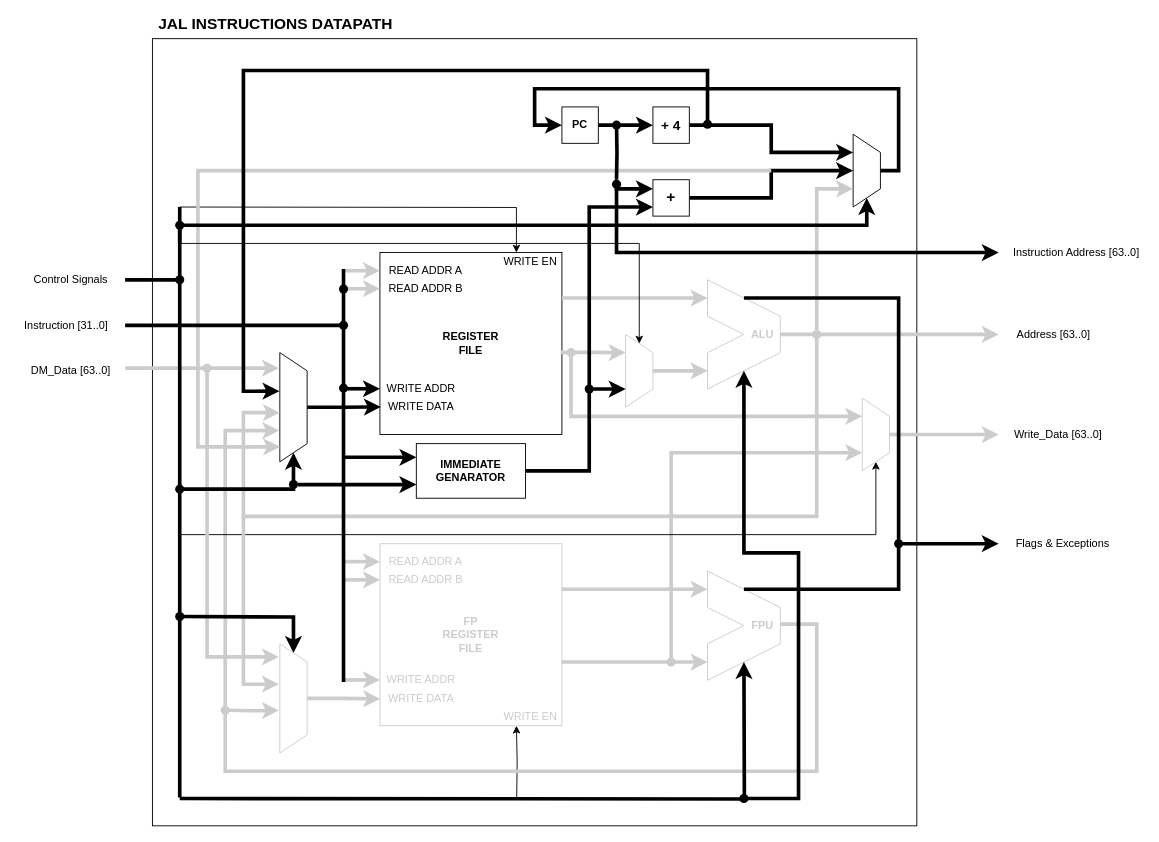
Before: page "JAL Inst Datapath" (8 of 14) of Diagrams/RV64IF.drawio in hohaicongthuan/Project-2, a draw.io diagram. Source tidied: cells renumbered, new cells numbered last; positions are measured from the earlier drawing's top-left corner, leaving out a move shared by most shapes. Both pictures are drawn from the tidied source at 91%, with x=0, y=0 at pixel (15, 15).
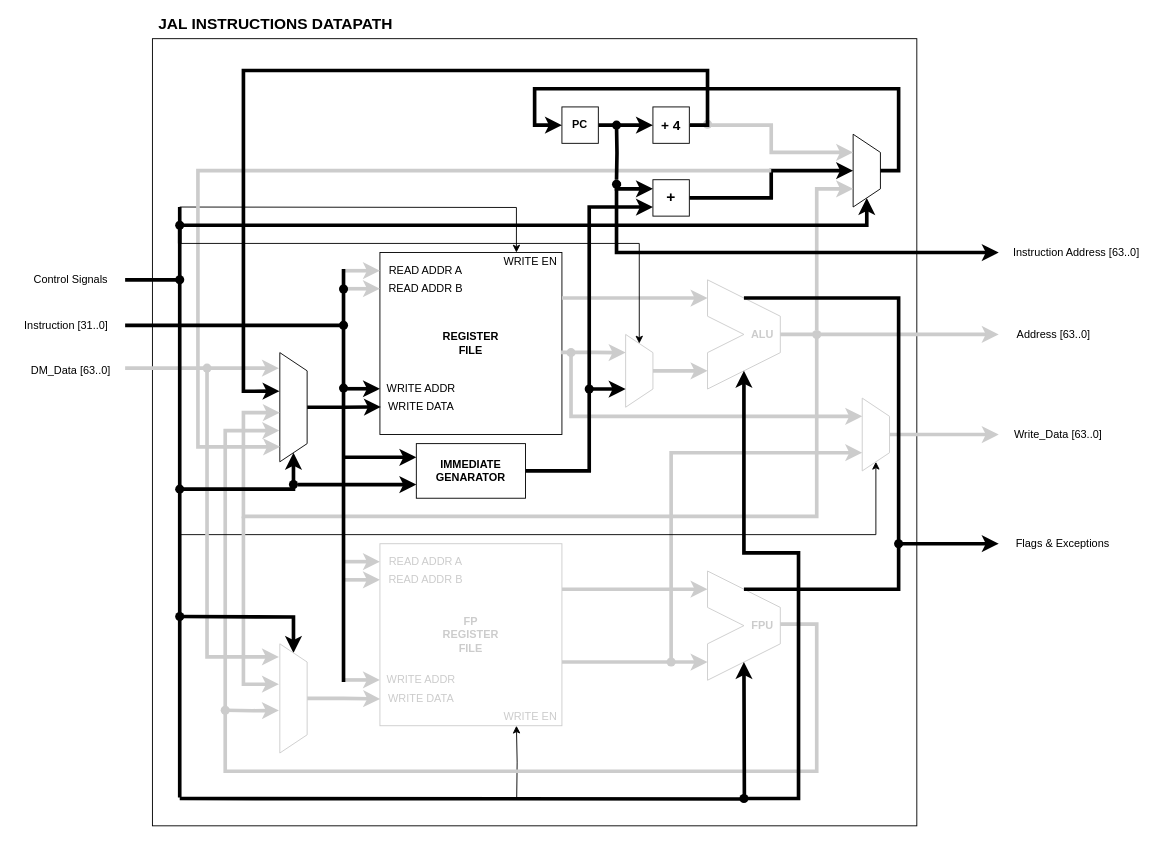
The same page after the edit.

The change refers to these unchanged cells:
```xml
<mxCell id="6" value="&lt;b&gt;&lt;font style=&quot;font-size: 15px&quot;&gt;+ 4&lt;/font&gt;&lt;/b&gt;" style="whiteSpace=wrap;html=1;strokeColor=#000000;" parent="1" vertex="1">
  <mxGeometry x="700" y="100" width="40" height="40" as="geometry" />
</mxCell>
<mxCell id="7" style="shape=trapezoid;perimeter=trapezoidPerimeter;whiteSpace=wrap;html=1;fixedSize=1;direction=south;" parent="1" vertex="1">
  <mxGeometry x="920" y="130" width="30" height="80" as="geometry" />
</mxCell>
<mxCell id="39" style="shape=trapezoid;perimeter=trapezoidPerimeter;whiteSpace=wrap;html=1;fixedSize=1;direction=south;" parent="1" vertex="1">
  <mxGeometry x="290" y="370" width="30" height="120" as="geometry" />
</mxCell>
```

The edit, as a diff of the source:
```diff
@@
-    <mxCell id="55" style="ellipse;whiteSpace=wrap;html=1;fillColor=#000000;strokeColor=none;" parent="1" vertex="1">
+    <mxCell id="55" style="ellipse;whiteSpace=wrap;html=1;fillColor=#CCCCCC;strokeColor=none;" parent="1" vertex="1">
       <mxGeometry x="755" y="114" width="10" height="10" as="geometry" />
     </mxCell>
@@
-    <mxCell id="100" style="edgeStyle=orthogonalEdgeStyle;rounded=0;jettySize=auto;html=1;exitX=1;exitY=0.5;exitDx=0;exitDy=0;entryX=0.25;entryY=1;entryDx=0;entryDy=0;strokeWidth=4;strokeColor=#000000;" parent="1" edge="1" source="6" target="7">
+    <mxCell id="100" style="edgeStyle=orthogonalEdgeStyle;rounded=0;jettySize=auto;html=1;exitX=1;exitY=0.5;exitDx=0;exitDy=0;entryX=0.25;entryY=1;entryDx=0;entryDy=0;strokeWidth=4;strokeColor=#CCCCCC;" parent="1" edge="1" source="6" target="7">
       <mxGeometry relative="1" as="geometry" />
     </mxCell>
@@
-    <mxCell id="105" style="edgeStyle=orthogonalEdgeStyle;rounded=0;jettySize=auto;html=1;strokeWidth=4;entryX=0.353;entryY=1.011;entryDx=0;entryDy=0;entryPerimeter=0;strokeColor=#000000;" parent="1" edge="1" target="39">
+    <mxCell id="105" style="edgeStyle=orthogonalEdgeStyle;rounded=0;jettySize=auto;html=1;strokeWidth=4;entryX=0.353;entryY=1.011;entryDx=0;entryDy=0;entryPerimeter=0;strokeColor=#000000;exitX=1;exitY=0.5;exitDx=0;exitDy=0;" parent="1" edge="1" source="6" target="39">
       <mxGeometry relative="1" as="geometry">
-        <mxPoint x="760" y="120" as="sourcePoint" />
         <Array as="points">
+          <mxPoint x="760" y="120" />
           <mxPoint x="760" y="60" />
           <mxPoint x="250" y="60" />
           <mxPoint x="250" y="412" />
         </Array>
       </mxGeometry>
     </mxCell>
```
